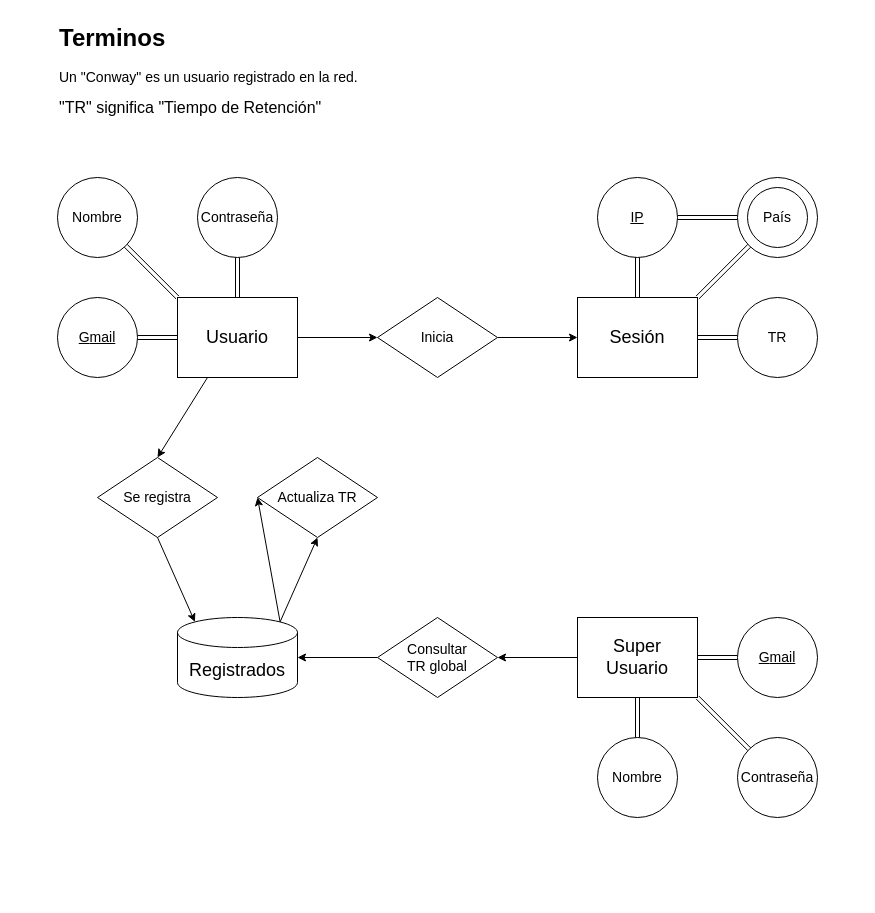
This is diagramas/DER.drawio from POLA-LCS/conway-social-life, a draw.io file, before an edit. Source tidied: cells renumbered, new cells numbered last; positions are measured from the earlier drawing's top-left corner, leaving out a move shared by most shapes. Both pictures are drawn from the tidied source at 100%, with x=0, y=0 at pixel (57, 17).
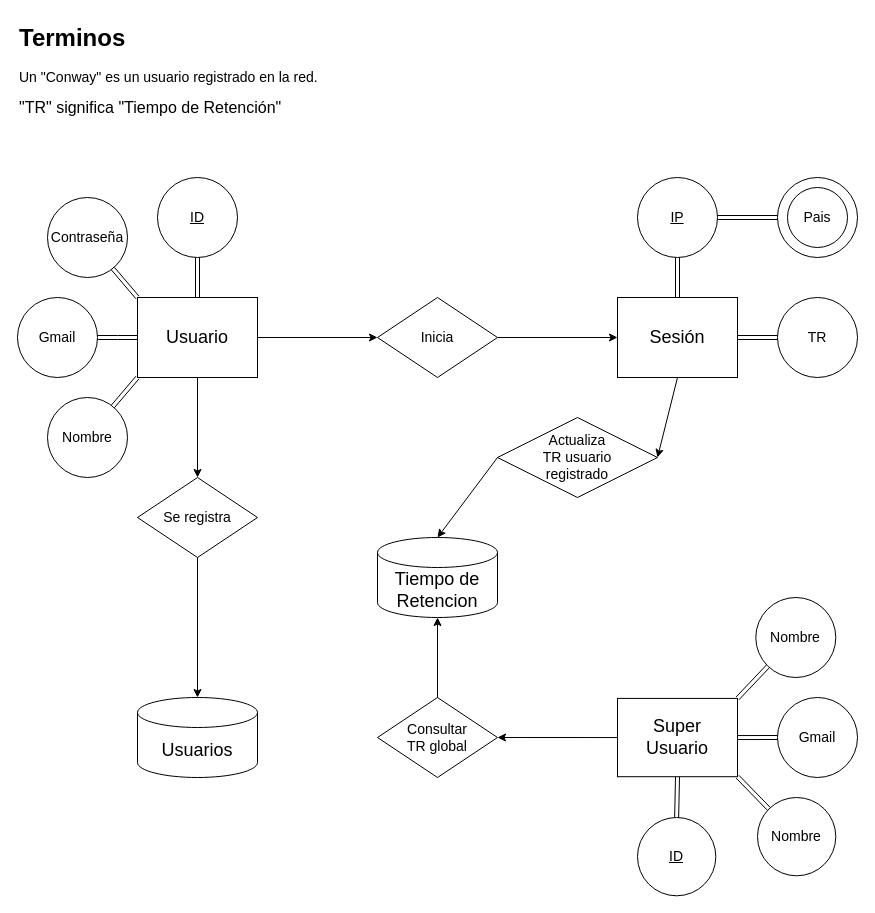
Above is the later version.

Diff of the diagram source:
```diff
@@
-    <mxCell id="2" style="rounded=0;jettySize=auto;html=1;exitX=0.25;exitY=1;exitDx=0;exitDy=0;entryX=0.5;entryY=0;entryDx=0;entryDy=0;" parent="1" edge="1" source="7" target="11">
+    <mxCell id="2" style="rounded=0;jettySize=auto;html=1;exitX=0.5;exitY=1;exitDx=0;exitDy=0;entryX=0.5;entryY=0;entryDx=0;entryDy=0;" parent="1" edge="1" source="7" target="11">
       <mxGeometry relative="1" as="geometry" />
     </mxCell>
-    <mxCell id="3" style="edgeStyle=none;rounded=0;jettySize=auto;html=1;exitX=0;exitY=0.5;exitDx=0;exitDy=0;entryX=1;entryY=0.5;entryDx=0;entryDy=0;shape=link;" parent="1" edge="1" source="7" target="25">
-      <mxGeometry relative="1" as="geometry" />
+    <mxCell id="3" style="edgeStyle=none;rounded=0;jettySize=auto;html=1;exitX=0;exitY=0.5;exitDx=0;exitDy=0;shape=link;" parent="1" edge="1" source="7" target="25">
+      <mxGeometry relative="1" as="geometry">
+        <Array as="points">
+          <mxPoint x="60" y="320" />
+        </Array>
+      </mxGeometry>
     </mxCell>
-    <mxCell id="4" style="edgeStyle=none;rounded=0;jettySize=auto;html=1;exitX=0;exitY=0;exitDx=0;exitDy=0;entryX=1;entryY=1;entryDx=0;entryDy=0;shape=link;" parent="1" edge="1" source="7" target="26">
-      <mxGeometry relative="1" as="geometry" />
-    </mxCell>
-    <mxCell id="5" style="edgeStyle=none;rounded=0;jettySize=auto;html=1;exitX=0.5;exitY=0;exitDx=0;exitDy=0;entryX=0.5;entryY=1;entryDx=0;entryDy=0;shape=link;" parent="1" edge="1" source="7" target="27">
+    <mxCell id="5" style="edgeStyle=none;rounded=0;jettySize=auto;html=1;exitX=0;exitY=0;exitDx=0;exitDy=0;shape=link;" parent="1" edge="1" source="7" target="27">
       <mxGeometry relative="1" as="geometry" />
     </mxCell>
@@
+    <mxCell id="40" style="edgeStyle=none;rounded=0;jettySize=auto;html=1;exitX=0.5;exitY=0;exitDx=0;exitDy=0;shape=link;" parent="1" edge="1" source="7" target="49">
+      <mxGeometry relative="1" as="geometry" />
+    </mxCell>
+    <mxCell id="41" style="edgeStyle=none;rounded=0;jettySize=auto;html=1;exitX=0;exitY=1;exitDx=0;exitDy=0;shape=link;" parent="1" edge="1" source="7" target="50">
+      <mxGeometry relative="1" as="geometry" />
+    </mxCell>
     <mxCell id="7" value="&lt;font style=&quot;font-size: 18px;&quot;&gt;Usuario&lt;/font&gt;" style="rounded=0;whiteSpace=wrap;html=1;" parent="1" vertex="1">
-      <mxGeometry x="120" y="280" width="120" height="80" as="geometry" />
+      <mxGeometry x="80" y="280" width="120" height="80" as="geometry" />
     </mxCell>
-    <mxCell id="8" style="edgeStyle=none;rounded=0;jettySize=auto;html=1;exitX=0.855;exitY=0;exitDx=0;exitDy=4.35;exitPerimeter=0;entryX=0.5;entryY=1;entryDx=0;entryDy=0;" parent="1" edge="1" source="10" target="18">
-      <mxGeometry relative="1" as="geometry" />
-    </mxCell>
-    <mxCell id="9" style="edgeStyle=none;rounded=0;jettySize=auto;html=1;exitX=0.855;exitY=0;exitDx=0;exitDy=4.35;exitPerimeter=0;entryX=0;entryY=0.5;entryDx=0;entryDy=0;" parent="1" edge="1" source="10" target="18">
-      <mxGeometry relative="1" as="geometry" />
-    </mxCell>
-    <mxCell id="10" value="&lt;font style=&quot;font-size: 18px;&quot;&gt;Registrados&lt;/font&gt;" style="shape=cylinder3;whiteSpace=wrap;html=1;boundedLbl=1;backgroundOutline=1;size=15;" parent="1" vertex="1">
-      <mxGeometry x="120" y="600" width="120" height="80" as="geometry" />
+    <mxCell id="10" value="&lt;font style=&quot;font-size: 18px;&quot;&gt;Usuarios&lt;/font&gt;" style="shape=cylinder3;whiteSpace=wrap;html=1;boundedLbl=1;backgroundOutline=1;size=15;" parent="1" vertex="1">
+      <mxGeometry x="80" y="680" width="120" height="80" as="geometry" />
     </mxCell>
     <mxCell id="11" value="&lt;font style=&quot;font-size: 14px;&quot;&gt;Se registra&lt;/font&gt;" style="rhombus;whiteSpace=wrap;html=1;" parent="1" vertex="1">
-      <mxGeometry x="40" y="440" width="120" height="80" as="geometry" />
+      <mxGeometry x="80" y="460" width="120" height="80" as="geometry" />
     </mxCell>
-    <mxCell id="12" style="rounded=0;jettySize=auto;html=1;exitX=0.5;exitY=1;exitDx=0;exitDy=0;entryX=0.145;entryY=0;entryDx=0;entryDy=4.35;entryPerimeter=0;" parent="1" edge="1" source="11" target="10">
+    <mxCell id="12" style="rounded=0;jettySize=auto;html=1;exitX=0.5;exitY=1;exitDx=0;exitDy=0;entryX=0.5;entryY=0;entryDx=0;entryDy=0;entryPerimeter=0;" parent="1" edge="1" source="11" target="10">
       <mxGeometry relative="1" as="geometry" />
     </mxCell>
-    <mxCell id="13" style="edgeStyle=none;rounded=0;jettySize=auto;html=1;exitX=1;exitY=0.5;exitDx=0;exitDy=0;entryX=0;entryY=0.5;entryDx=0;entryDy=0;shape=link;" parent="1" edge="1" source="14" target="16">
-      <mxGeometry relative="1" as="geometry" />
-    </mxCell>
-    <mxCell id="14" value="&lt;font style=&quot;font-size: 14px;&quot;&gt;&lt;u&gt;&lt;font&gt;IP&lt;/font&gt;&lt;/u&gt;&lt;/font&gt;" style="ellipse;whiteSpace=wrap;html=1;" parent="1" vertex="1">
-      <mxGeometry x="540" y="160" width="80" height="80" as="geometry" />
-    </mxCell>
-    <mxCell id="15" style="group;" parent="1" vertex="1">
-      <mxGeometry x="680" y="160" width="80" height="80" as="geometry" />
-    </mxCell>
-    <mxCell id="16" style="ellipse;whiteSpace=wrap;html=1;" parent="15" vertex="1">
-      <mxGeometry width="80" height="80" as="geometry" />
-    </mxCell>
-    <mxCell id="17" value="&lt;font style=&quot;font-size: 14px;&quot;&gt;País&lt;/font&gt;" style="ellipse;whiteSpace=wrap;html=1;" parent="15" vertex="1">
-      <mxGeometry x="10" y="10" width="60" height="60" as="geometry" />
-    </mxCell>
-    <mxCell id="18" value="&lt;div&gt;&lt;font style=&quot;font-size: 14px;&quot;&gt;Actualiza TR&lt;/font&gt;&lt;/div&gt;" style="rhombus;whiteSpace=wrap;html=1;" parent="1" vertex="1">
-      <mxGeometry x="200" y="440" width="120" height="80" as="geometry" />
-    </mxCell>
     <mxCell id="19" value="&lt;h1 style=&quot;margin-top: 0px;&quot;&gt;Terminos&lt;/h1&gt;&lt;p&gt;&lt;font style=&quot;font-size: 14px;&quot;&gt;Un &quot;Conway&quot; es un usuario registrado en la red.&lt;/font&gt;&lt;/p&gt;&lt;p&gt;&lt;font size=&quot;3&quot;&gt;&quot;TR&quot; significa &quot;Tiempo de Retención&quot;&lt;/font&gt;&lt;/p&gt;" style="text;html=1;whiteSpace=wrap;overflow=hidden;rounded=0;" parent="1" vertex="1">
-      <mxGeometry width="320" height="120" as="geometry" />
+      <mxGeometry x="-40" width="320" height="120" as="geometry" />
     </mxCell>
@@
-    <mxCell id="22" style="edgeStyle=none;rounded=0;jettySize=auto;html=1;exitX=1;exitY=0;exitDx=0;exitDy=0;entryX=0;entryY=1;entryDx=0;entryDy=0;shape=link;" parent="1" edge="1" source="23" target="16">
-      <mxGeometry relative="1" as="geometry" />
-    </mxCell>
+    <mxCell id="42" style="edgeStyle=none;rounded=0;jettySize=auto;html=1;exitX=0.5;exitY=1;exitDx=0;exitDy=0;entryX=1;entryY=0.5;entryDx=0;entryDy=0;" parent="1" edge="1" source="23" target="46">
+      <mxGeometry relative="1" as="geometry" />
+    </mxCell>
     <mxCell id="23" value="&lt;font style=&quot;font-size: 18px;&quot;&gt;Sesión&lt;/font&gt;" style="rounded=0;whiteSpace=wrap;html=1;" parent="1" vertex="1">
-      <mxGeometry x="520" y="280" width="120" height="80" as="geometry" />
+      <mxGeometry x="560" y="280" width="120" height="80" as="geometry" />
     </mxCell>
     <mxCell id="24" value="&lt;font style=&quot;font-size: 14px;&quot;&gt;TR&lt;/font&gt;" style="ellipse;whiteSpace=wrap;html=1;" parent="1" vertex="1">
-      <mxGeometry x="680" y="280" width="80" height="80" as="geometry" />
+      <mxGeometry x="720" y="280" width="80" height="80" as="geometry" />
     </mxCell>
-    <mxCell id="25" value="&lt;font style=&quot;font-size: 14px;&quot;&gt;&lt;u&gt;&lt;font&gt;G&lt;font&gt;mail&lt;/font&gt;&lt;/font&gt;&lt;/u&gt;&lt;/font&gt;" style="ellipse;whiteSpace=wrap;html=1;" parent="1" vertex="1">
-      <mxGeometry y="280" width="80" height="80" as="geometry" />
+    <mxCell id="25" value="&lt;font style=&quot;font-size: 14px;&quot;&gt;Gmail&lt;/font&gt;" style="ellipse;whiteSpace=wrap;html=1;" parent="1" vertex="1">
+      <mxGeometry x="-40" y="280" width="80" height="80" as="geometry" />
     </mxCell>
-    <mxCell id="26" value="&lt;font style=&quot;font-size: 14px;&quot;&gt;Nombre&lt;/font&gt;" style="ellipse;whiteSpace=wrap;html=1;" parent="1" vertex="1">
-      <mxGeometry y="160" width="80" height="80" as="geometry" />
-    </mxCell>
     <mxCell id="27" value="&lt;font style=&quot;font-size: 14px;&quot;&gt;Contraseña&lt;/font&gt;" style="ellipse;whiteSpace=wrap;html=1;" parent="1" vertex="1">
-      <mxGeometry x="140" y="160" width="80" height="80" as="geometry" />
+      <mxGeometry x="-10" y="180" width="80" height="80" as="geometry" />
     </mxCell>
+    <mxCell id="33" style="edgeStyle=none;rounded=0;jettySize=auto;html=1;exitX=0;exitY=0.5;exitDx=0;exitDy=0;entryX=1;entryY=0.5;entryDx=0;entryDy=0;" parent="1" edge="1" source="34" target="38">
+      <mxGeometry relative="1" as="geometry" />
+    </mxCell>
+    <mxCell id="43" style="edgeStyle=none;rounded=0;jettySize=auto;html=1;shape=link;exitX=0.5;exitY=1;exitDx=0;exitDy=0;" parent="1" edge="1" source="34" target="54">
+      <mxGeometry relative="1" as="geometry" />
+    </mxCell>
+    <mxCell id="32" style="edgeStyle=none;rounded=0;jettySize=auto;html=1;exitX=1;exitY=0.5;exitDx=0;exitDy=0;shape=link;" parent="1" edge="1" source="34" target="37">
+      <mxGeometry relative="1" as="geometry" />
+    </mxCell>
+    <mxCell id="44" style="edgeStyle=none;rounded=0;jettySize=auto;html=1;exitX=1;exitY=1;exitDx=0;exitDy=0;shape=link;" parent="1" edge="1" source="34" target="55">
+      <mxGeometry relative="1" as="geometry" />
+    </mxCell>
+    <mxCell id="45" style="edgeStyle=none;rounded=0;jettySize=auto;html=1;exitX=1;exitY=0;exitDx=0;exitDy=0;shape=link;" parent="1" edge="1" source="34" target="56">
+      <mxGeometry relative="1" as="geometry" />
+    </mxCell>
+    <mxCell id="34" value="&lt;div&gt;&lt;font style=&quot;font-size: 18px;&quot;&gt;Super&lt;/font&gt;&lt;/div&gt;&lt;div&gt;&lt;font style=&quot;font-size: 18px;&quot;&gt;Usuario&lt;/font&gt;&lt;/div&gt;" style="rounded=0;whiteSpace=wrap;html=1;" parent="1" vertex="1">
+      <mxGeometry x="560" y="680.9" width="120" height="78.3" as="geometry" />
+    </mxCell>
+    <mxCell id="38" value="&lt;div&gt;&lt;font style=&quot;font-size: 14px;&quot;&gt;Consultar&lt;/font&gt;&lt;/div&gt;&lt;div&gt;&lt;font style=&quot;font-size: 14px;&quot;&gt;TR global&lt;/font&gt;&lt;/div&gt;" style="rhombus;whiteSpace=wrap;html=1;" parent="1" vertex="1">
+      <mxGeometry x="320" y="680" width="120" height="80" as="geometry" />
+    </mxCell>
+    <mxCell id="46" value="&lt;div&gt;&lt;font style=&quot;font-size: 14px;&quot;&gt;Actualiza&lt;/font&gt;&lt;/div&gt;&lt;div&gt;&lt;font style=&quot;font-size: 14px;&quot;&gt;TR&amp;nbsp;usuario&lt;/font&gt;&lt;/div&gt;&lt;div&gt;&lt;font style=&quot;font-size: 14px;&quot;&gt;registrado&lt;/font&gt;&lt;/div&gt;" style="rhombus;whiteSpace=wrap;html=1;" parent="1" vertex="1">
+      <mxGeometry x="440" y="400" width="160" height="80" as="geometry" />
+    </mxCell>
@@
-    <mxCell id="30" style="edgeStyle=none;rounded=0;jettySize=auto;html=1;exitX=0.5;exitY=1;exitDx=0;exitDy=0;entryX=0.5;entryY=0;entryDx=0;entryDy=0;shape=link;" parent="1" edge="1" source="34" target="35">
-      <mxGeometry relative="1" as="geometry" />
-    </mxCell>
-    <mxCell id="31" style="edgeStyle=none;rounded=0;jettySize=auto;html=1;exitX=1;exitY=1;exitDx=0;exitDy=0;entryX=0;entryY=0;entryDx=0;entryDy=0;shape=link;" parent="1" edge="1" source="34" target="36">
-      <mxGeometry relative="1" as="geometry" />
-    </mxCell>
-    <mxCell id="32" style="edgeStyle=none;rounded=0;jettySize=auto;html=1;exitX=1;exitY=0.5;exitDx=0;exitDy=0;entryX=0;entryY=0.5;entryDx=0;entryDy=0;shape=link;" parent="1" edge="1" source="34" target="37">
-      <mxGeometry relative="1" as="geometry" />
-    </mxCell>
-    <mxCell id="33" style="edgeStyle=none;rounded=0;jettySize=auto;html=1;exitX=0;exitY=0.5;exitDx=0;exitDy=0;entryX=1;entryY=0.5;entryDx=0;entryDy=0;" parent="1" edge="1" source="34" target="38">
-      <mxGeometry relative="1" as="geometry" />
-    </mxCell>
-    <mxCell id="34" value="&lt;div&gt;&lt;font style=&quot;font-size: 18px;&quot;&gt;Super&lt;/font&gt;&lt;/div&gt;&lt;div&gt;&lt;font style=&quot;font-size: 18px;&quot;&gt;Usuario&lt;/font&gt;&lt;/div&gt;" style="rounded=0;whiteSpace=wrap;html=1;" parent="1" vertex="1">
-      <mxGeometry x="520" y="600" width="120" height="80" as="geometry" />
-    </mxCell>
-    <mxCell id="35" value="&lt;font style=&quot;font-size: 14px;&quot;&gt;Nombre&lt;/font&gt;" style="ellipse;whiteSpace=wrap;html=1;" parent="1" vertex="1">
-      <mxGeometry x="540" y="720" width="80" height="80" as="geometry" />
-    </mxCell>
-    <mxCell id="36" value="&lt;font style=&quot;font-size: 14px;&quot;&gt;Contraseña&lt;/font&gt;" style="ellipse;whiteSpace=wrap;html=1;" parent="1" vertex="1">
-      <mxGeometry x="680" y="720" width="80" height="80" as="geometry" />
-    </mxCell>
+    <mxCell id="13" style="edgeStyle=none;rounded=0;jettySize=auto;html=1;exitX=1;exitY=0.5;exitDx=0;exitDy=0;entryX=0;entryY=0.5;entryDx=0;entryDy=0;shape=link;" parent="1" edge="1" source="14" target="16">
+      <mxGeometry relative="1" as="geometry" />
+    </mxCell>
+    <mxCell id="14" value="&lt;font style=&quot;font-size: 14px;&quot;&gt;&lt;u&gt;IP&lt;/u&gt;&lt;/font&gt;" style="ellipse;whiteSpace=wrap;html=1;" parent="1" vertex="1">
+      <mxGeometry x="580" y="160" width="80" height="80" as="geometry" />
+    </mxCell>
+    <mxCell id="47" style="group;" parent="1" vertex="1">
+      <mxGeometry x="720" y="160" width="80" height="80" as="geometry" />
+    </mxCell>
+    <mxCell id="16" style="ellipse;whiteSpace=wrap;html=1;" parent="47" vertex="1">
+      <mxGeometry width="80" height="80" as="geometry" />
+    </mxCell>
+    <mxCell id="48" value="&lt;font style=&quot;font-size: 14px;&quot;&gt;Pais&lt;/font&gt;" style="ellipse;whiteSpace=wrap;html=1;" parent="47" vertex="1">
+      <mxGeometry x="10" y="10" width="60" height="60" as="geometry" />
+    </mxCell>
+    <mxCell id="49" value="&lt;font style=&quot;font-size: 14px;&quot;&gt;&lt;u&gt;ID&lt;/u&gt;&lt;/font&gt;" style="ellipse;whiteSpace=wrap;html=1;" parent="1" vertex="1">
+      <mxGeometry x="100" y="160" width="80" height="80" as="geometry" />
+    </mxCell>
+    <mxCell id="50" value="&lt;font style=&quot;font-size: 14px;&quot;&gt;Nombre&lt;/font&gt;" style="ellipse;whiteSpace=wrap;html=1;" parent="1" vertex="1">
+      <mxGeometry x="-10" y="380" width="80" height="80" as="geometry" />
+    </mxCell>
+    <mxCell id="51" value="&lt;font style=&quot;font-size: 18px;&quot;&gt;Tiempo de Retencion&lt;/font&gt;" style="shape=cylinder3;whiteSpace=wrap;html=1;boundedLbl=1;backgroundOutline=1;size=15;" parent="1" vertex="1">
+      <mxGeometry x="320" y="520" width="120" height="80" as="geometry" />
+    </mxCell>
+    <mxCell id="52" style="edgeStyle=none;rounded=0;jettySize=auto;html=1;exitX=0.5;exitY=0;exitDx=0;exitDy=0;entryX=0.5;entryY=1;entryDx=0;entryDy=0;entryPerimeter=0;" parent="1" edge="1" source="38" target="51">
+      <mxGeometry relative="1" as="geometry" />
+    </mxCell>
+    <mxCell id="53" style="edgeStyle=none;rounded=0;jettySize=auto;html=1;exitX=0;exitY=0.5;exitDx=0;exitDy=0;entryX=0.5;entryY=0;entryDx=0;entryDy=0;entryPerimeter=0;" parent="1" edge="1" source="46" target="51">
+      <mxGeometry relative="1" as="geometry" />
+    </mxCell>
+    <mxCell id="54" value="&lt;font style=&quot;font-size: 14px;&quot;&gt;&lt;u&gt;ID&lt;/u&gt;&lt;/font&gt;" style="ellipse;whiteSpace=wrap;html=1;" parent="1" vertex="1">
+      <mxGeometry x="580" y="800" width="78.3" height="78.3" as="geometry" />
+    </mxCell>
-    <mxCell id="37" value="&lt;font style=&quot;font-size: 14px;&quot;&gt;&lt;u&gt;&lt;font&gt;G&lt;font&gt;mail&lt;/font&gt;&lt;/font&gt;&lt;/u&gt;&lt;/font&gt;" style="ellipse;whiteSpace=wrap;html=1;" parent="1" vertex="1">
-      <mxGeometry x="680" y="600" width="80" height="80" as="geometry" />
+    <mxCell id="37" value="&lt;font style=&quot;font-size: 14px;&quot;&gt;&lt;font&gt;G&lt;font&gt;mail&lt;/font&gt;&lt;/font&gt;&lt;/font&gt;" style="ellipse;whiteSpace=wrap;html=1;" parent="1" vertex="1">
+      <mxGeometry x="720" y="680" width="80" height="80" as="geometry" />
     </mxCell>
-    <mxCell id="38" value="&lt;div&gt;&lt;font style=&quot;font-size: 14px;&quot;&gt;Consultar&lt;/font&gt;&lt;/div&gt;&lt;div&gt;&lt;font style=&quot;font-size: 14px;&quot;&gt;TR global&lt;/font&gt;&lt;/div&gt;" style="rhombus;whiteSpace=wrap;html=1;" parent="1" vertex="1">
-      <mxGeometry x="320" y="600" width="120" height="80" as="geometry" />
-    </mxCell>
-    <mxCell id="39" style="edgeStyle=none;rounded=0;jettySize=auto;html=1;exitX=0;exitY=0.5;exitDx=0;exitDy=0;entryX=1;entryY=0.5;entryDx=0;entryDy=0;entryPerimeter=0;" parent="1" edge="1" source="38" target="10">
-      <mxGeometry relative="1" as="geometry" />
-    </mxCell>
+    <mxCell id="55" value="&lt;font style=&quot;font-size: 14px;&quot;&gt;Nombre&lt;/font&gt;" style="ellipse;whiteSpace=wrap;html=1;" parent="1" vertex="1">
+      <mxGeometry x="700" y="780" width="78.3" height="78.3" as="geometry" />
+    </mxCell>
+    <mxCell id="56" value="&lt;font style=&quot;font-size: 14px;&quot;&gt;Nombre&lt;/font&gt;" style="ellipse;whiteSpace=wrap;html=1;" parent="1" vertex="1">
+      <mxGeometry x="698.3" y="580" width="80" height="80" as="geometry" />
+    </mxCell>
```
